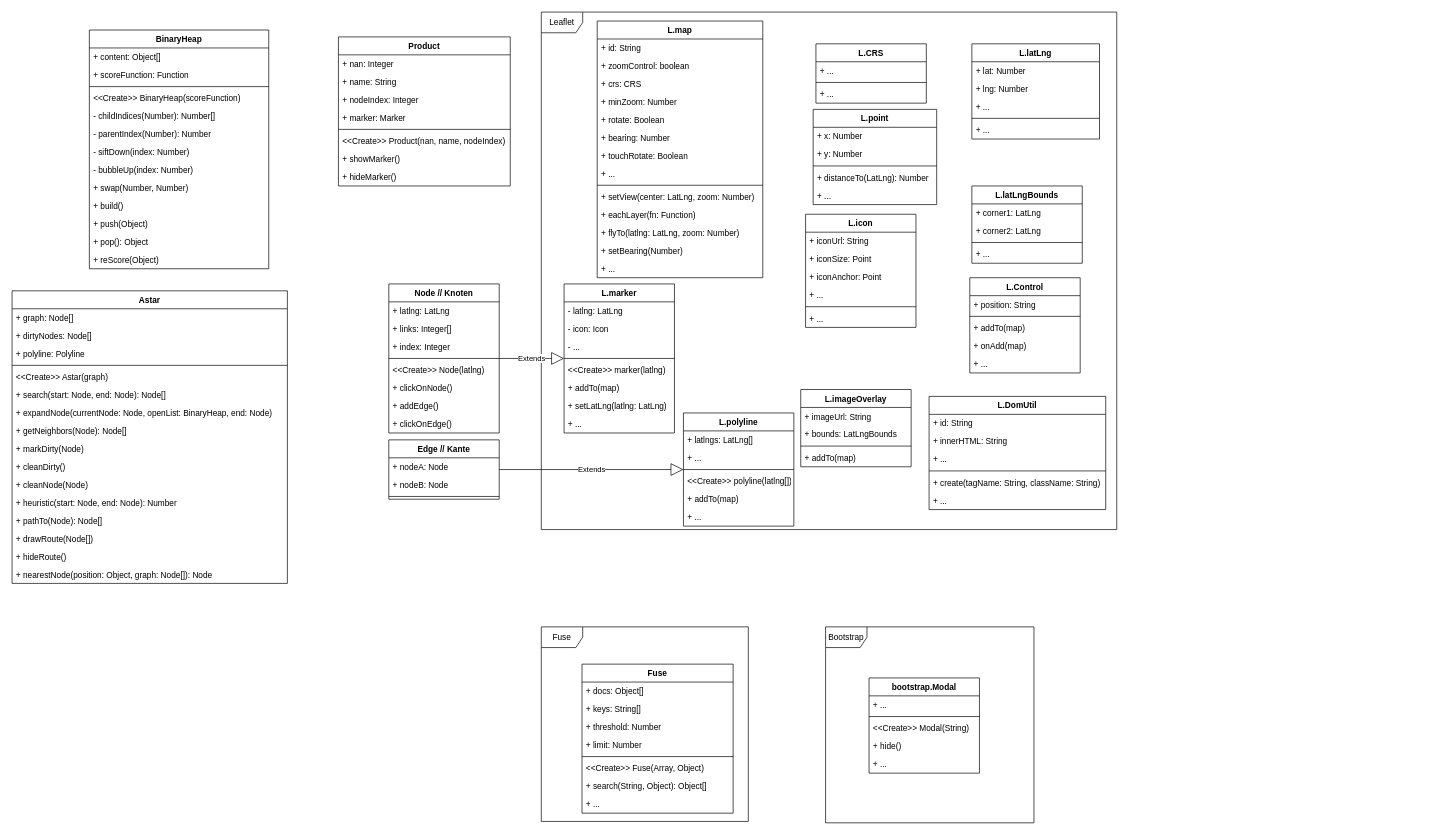
Earlier version of the draw.io diagram drawio/klassen.drawio (danielgilbers/indoor-navigation). Source tidied: cells renumbered, new cells numbered last; positions are measured from the earlier drawing's top-left corner, leaving out a move shared by most shapes. Both pictures are drawn from the tidied source at 69%, with x=0, y=0 at pixel (12, 12).
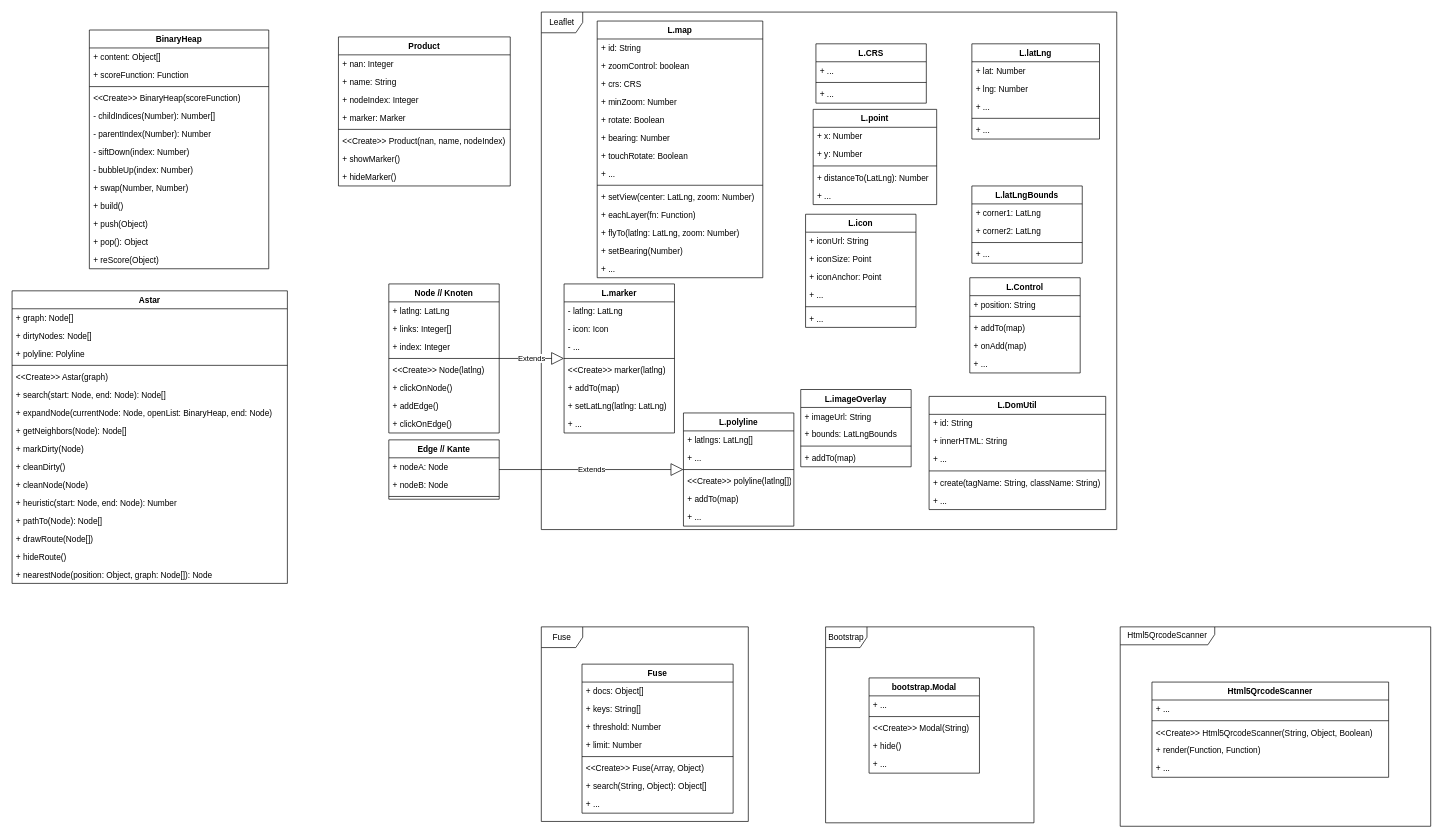
After the change.

Commit message:
add Html5QrcodeScanner

The edit, as a diff of the source:
```diff
@@
+    <mxCell id="152" value="Html5QrcodeScanner" style="shape=umlFrame;whiteSpace=wrap;html=1;width=137;height=26;" parent="1" vertex="1">
+      <mxGeometry x="1606" y="891" width="450" height="289" as="geometry" />
+    </mxCell>
@@
+    <mxCell id="153" value="Html5QrcodeScanner" style="swimlane;fontStyle=1;align=center;verticalAlign=top;horizontal=1;startSize=26;" parent="1" vertex="1">
+      <mxGeometry x="1652" y="971" width="343" height="138" as="geometry" />
+    </mxCell>
+    <mxCell id="154" value="+ ..." style="text;strokeColor=none;fillColor=none;align=left;verticalAlign=top;spacingLeft=4;spacingRight=4;overflow=hidden;" parent="153" vertex="1">
+      <mxGeometry y="26" width="343" height="26" as="geometry" />
+    </mxCell>
+    <mxCell id="155" style="line;strokeWidth=1;fillColor=none;align=left;verticalAlign=middle;spacingTop=-1;spacingLeft=3;spacingRight=3;labelPosition=right;strokeColor=inherit;" parent="153" vertex="1">
+      <mxGeometry y="52" width="343" height="8" as="geometry" />
+    </mxCell>
+    <mxCell id="156" value="&lt;&lt;Create&gt;&gt; Html5QrcodeScanner(String, Object, Boolean)" style="text;strokeColor=none;fillColor=none;align=left;verticalAlign=top;spacingLeft=4;spacingRight=4;overflow=hidden;" parent="153" vertex="1">
+      <mxGeometry y="60" width="343" height="26" as="geometry" />
+    </mxCell>
+    <mxCell id="157" value="+ render(Function, Function)" style="text;strokeColor=none;fillColor=none;align=left;verticalAlign=top;spacingLeft=4;spacingRight=4;overflow=hidden;" parent="153" vertex="1">
+      <mxGeometry y="86" width="343" height="26" as="geometry" />
+    </mxCell>
+    <mxCell id="158" value="+ ..." style="text;strokeColor=none;fillColor=none;align=left;verticalAlign=top;spacingLeft=4;spacingRight=4;overflow=hidden;" parent="153" vertex="1">
+      <mxGeometry y="112" width="343" height="26" as="geometry" />
+    </mxCell>
```
